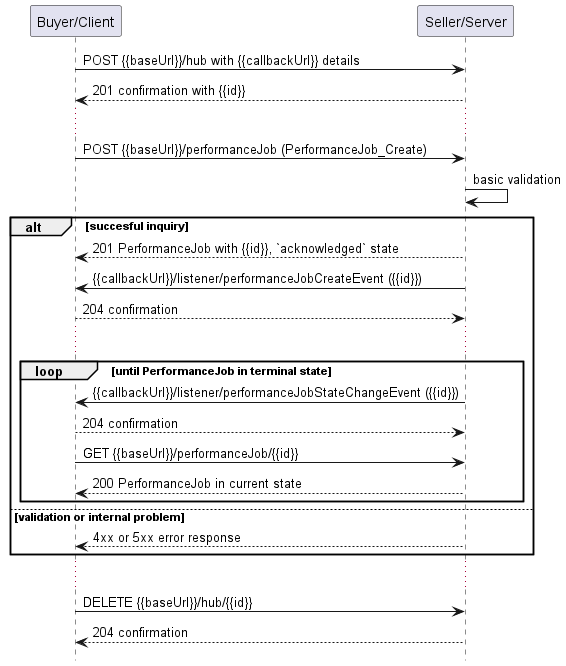
This is documentation/serviceApi/pm/performance/media/useCase6Notification.png from MEF-GIT/MEF-LSO-Legato-SDK, a PlantUML export, as it was before one commit.
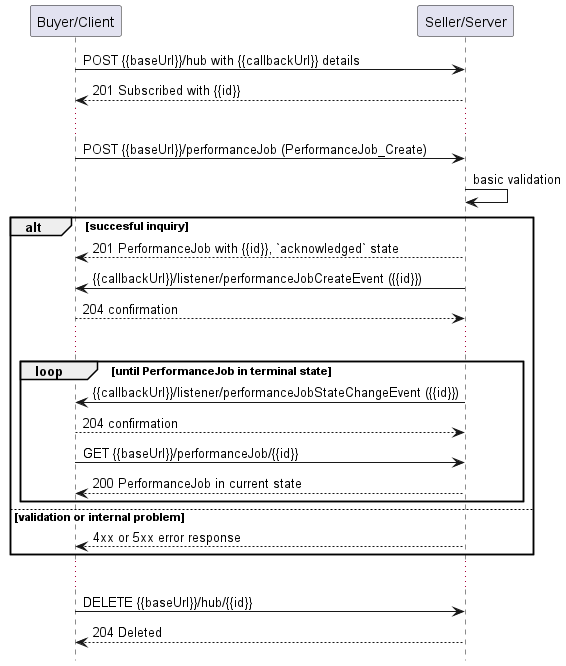
After the change.

Diff of the diagram source:
```diff
@@ -6,7 +6,7 @@
 participant "Seller/Server" as S
 
 B -> S: POST {{baseUrl}}/hub with {{callbackUrl}} details
-S --> B: 201 confirmation with {{id}}
+S --> B: 201 Subscribed with {{id}}
 ...
 B -> S: POST {{baseUrl}}/performanceJob (PerformanceJob_Create)
 S -> S: basic validation
@@ -21,7 +21,7 @@
   group loop [until PerformanceJob in terminal state]
       S -> B: {{callbackUrl}}/listener/performanceJobStateChangeEvent ({{id}})
       B --> S: 204 confirmation
-      B -> S:   GET {{baseUrl}}/performanceJob/{{id}}
+      B -> S: GET {{baseUrl}}/performanceJob/{{id}}
       return 200 PerformanceJob in current state
   end
 
@@ -32,6 +32,6 @@
 ...
 
 B -> S : DELETE {{baseUrl}}/hub/{{id}}
-S --> B : 204 confirmation
+S --> B : 204 Deleted
 
 @enduml
```
